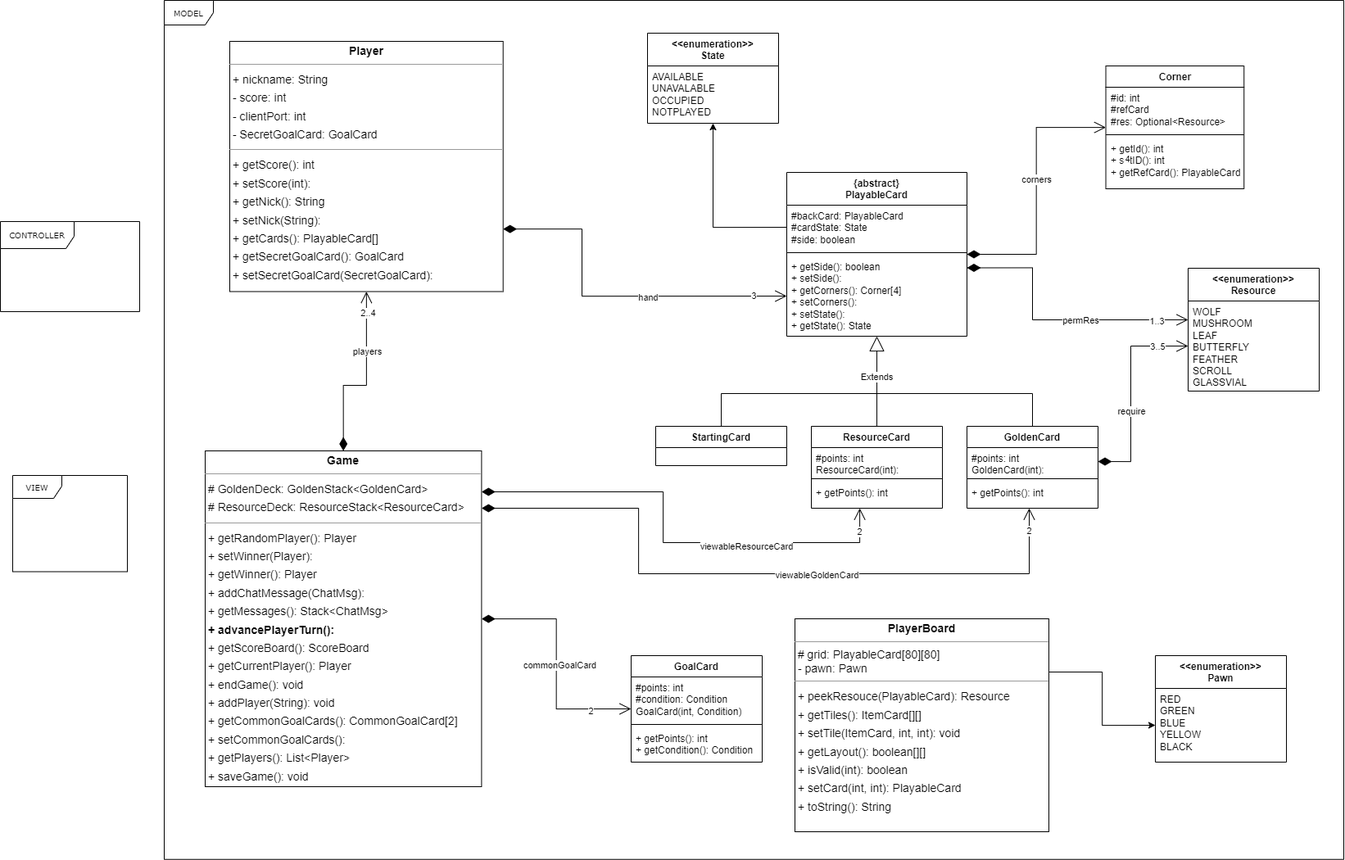
RogerTWS02/ing-sw-2024-Esposito-Falzoni-Frisone-Grassi keeps this draw.io diagram as UML method.png. Above is the earlier version. Source tidied: cells renumbered, new cells last; positions are measured from the earlier drawing's top-left corner, leaving out a move shared by most shapes.
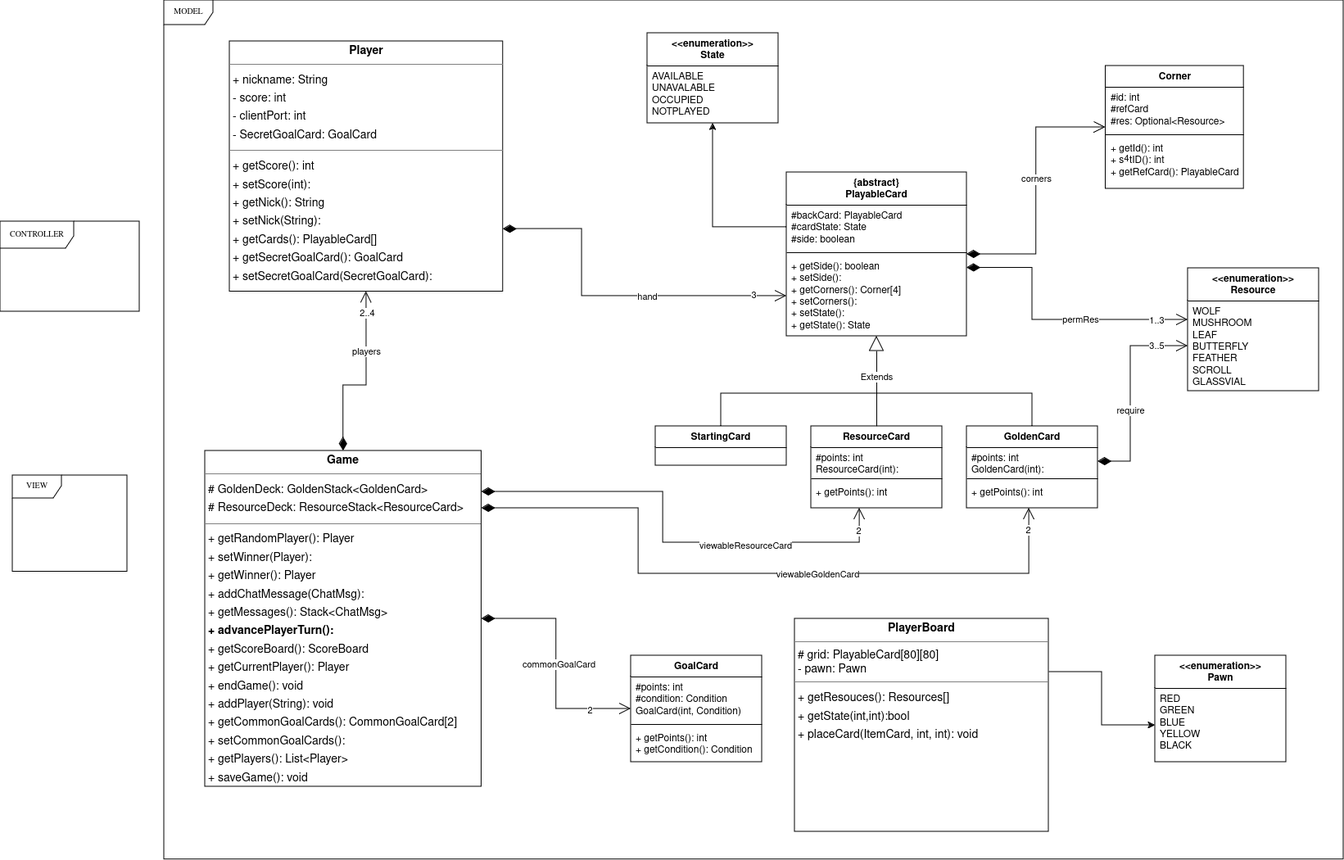
After the commit.

Change to the diagram source:
```diff
@@ -72,7 +72,7 @@
     <mxCell id="21" style="edgeStyle=orthogonalEdgeStyle;rounded=0;jettySize=auto;html=1;exitX=1;exitY=0.25;exitDx=0;exitDy=0;entryX=0;entryY=0.5;entryDx=0;entryDy=0;" parent="1" edge="1" source="22" target="16">
       <mxGeometry relative="1" as="geometry" />
     </mxCell>
-    <mxCell id="22" value="&lt;p style=&quot;margin:0px;margin-top:4px;text-align:center;&quot;&gt;&lt;b&gt;PlayerBoard&lt;/b&gt;&lt;/p&gt;&lt;hr size=&quot;1&quot;&gt;&amp;nbsp;&lt;span style=&quot;background-color: initial;&quot;&gt;# grid: PlayableCard[80][80]&amp;nbsp;&lt;/span&gt;&lt;div&gt;&amp;nbsp;- pawn: Pawn&amp;nbsp;&lt;div&gt;&lt;hr size=&quot;1&quot;&gt;&lt;p style=&quot;margin:0 0 0 4px;line-height:1.6;&quot;&gt;+ peekResouce(PlayableCard): Resource&lt;br&gt;+ getTiles(): ItemCard[][]&lt;br&gt;+ setTile(ItemCard, int, int): void&lt;br&gt;+ getLayout(): boolean[][]&lt;br&gt;+ isValid(int): boolean&lt;br&gt;+ setCard(int, int): PlayableCard&lt;br&gt;+ toString(): String&lt;/p&gt;&lt;/div&gt;&lt;/div&gt;" style="verticalAlign=top;align=left;overflow=fill;fontSize=14;fontFamily=Helvetica;html=1;rounded=0;shadow=0;comic=0;labelBackgroundColor=none;strokeWidth=1;" parent="1" vertex="1">
+    <mxCell id="22" value="&lt;p style=&quot;margin:0px;margin-top:4px;text-align:center;&quot;&gt;&lt;b&gt;PlayerBoard&lt;/b&gt;&lt;/p&gt;&lt;hr size=&quot;1&quot;&gt;&amp;nbsp;&lt;span style=&quot;background-color: initial;&quot;&gt;# grid: PlayableCard[80][80]&amp;nbsp;&lt;/span&gt;&lt;div&gt;&amp;nbsp;- pawn: Pawn&amp;nbsp;&lt;div&gt;&lt;hr size=&quot;1&quot;&gt;&lt;p style=&quot;margin:0 0 0 4px;line-height:1.6;&quot;&gt;+ getResouces(): Resources[]&lt;br&gt;+ getState(int,int):bool&lt;br&gt;+ placeCard(ItemCard, int, int): void&lt;br&gt;&lt;/p&gt;&lt;/div&gt;&lt;/div&gt;" style="verticalAlign=top;align=left;overflow=fill;fontSize=14;fontFamily=Helvetica;html=1;rounded=0;shadow=0;comic=0;labelBackgroundColor=none;strokeWidth=1;" parent="1" vertex="1">
       <mxGeometry x="970" y="755" width="310" height="260" as="geometry" />
     </mxCell>
     <mxCell id="23" value="&lt;p style=&quot;margin:0px;margin-top:4px;text-align:center;&quot;&gt;&lt;b&gt;Player&lt;/b&gt;&lt;/p&gt;&lt;hr size=&quot;1&quot;&gt;&lt;p style=&quot;margin:0 0 0 4px;line-height:1.6;&quot;&gt;+ nickname: String&lt;/p&gt;&lt;p style=&quot;margin:0 0 0 4px;line-height:1.6;&quot;&gt;- score: int&lt;/p&gt;&lt;p style=&quot;margin:0 0 0 4px;line-height:1.6;&quot;&gt;- clientPort: int&lt;/p&gt;&lt;p style=&quot;margin:0 0 0 4px;line-height:1.6;&quot;&gt;- SecretGoalCard: GoalCard&lt;/p&gt;&lt;hr size=&quot;1&quot;&gt;&lt;p style=&quot;margin:0 0 0 4px;line-height:1.6;&quot;&gt;+ getScore(): int&lt;/p&gt;&lt;p style=&quot;margin:0 0 0 4px;line-height:1.6;&quot;&gt;+ setScore(int):&amp;nbsp;&lt;br&gt;+ getNick(): String&lt;/p&gt;&lt;p style=&quot;margin:0 0 0 4px;line-height:1.6;&quot;&gt;+ setNick(String):&lt;/p&gt;&lt;p style=&quot;margin:0 0 0 4px;line-height:1.6;&quot;&gt;+ getCards(): PlayableCard[]&lt;br&gt;+ getSecretGoalCard(): GoalCard&lt;br&gt;+ setSecretGoalCard(SecretGoalCard):&amp;nbsp;&lt;br&gt;&lt;/p&gt;" style="verticalAlign=top;align=left;overflow=fill;fontSize=14;fontFamily=Helvetica;html=1;rounded=0;shadow=0;comic=0;labelBackgroundColor=none;strokeWidth=1;" parent="1" vertex="1">
```
